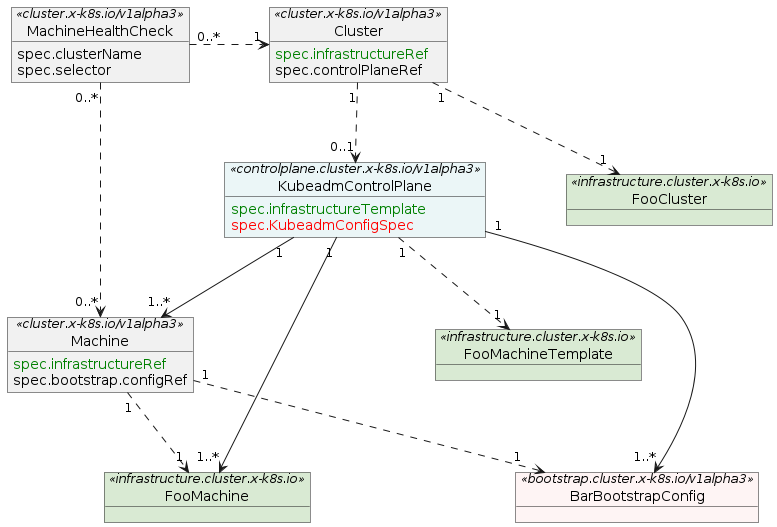
Earlier version of the PlantUML export docs/book/src/images/kubeadm-control-plane-machines-resources.png (kubernetes-sigs/cluster-api). Its diagram source:
```plantuml
@startuml kubeadm-control-plane-machines-resources

skinparam nodesep 80
skinparam ranksep 80
skinparam object {
    backgroundColor<< infrastructure.cluster.x-k8s.io >> #D9EAD3
    backgroundColor<< controlplane.cluster.x-k8s.io/v1alpha3 >> #EBF6F7
    backgroundColor<< bootstrap.cluster.x-k8s.io/v1alpha3 >> #FEF4F4
}

object Cluster << cluster.x-k8s.io/v1alpha3 >> {
    <font color="Green">spec.infrastructureRef</font>
    spec.controlPlaneRef
}
object MachineHealthCheck << cluster.x-k8s.io/v1alpha3 >> {
    spec.clusterName
    spec.selector
}
object Machine << cluster.x-k8s.io/v1alpha3 >> {
    <font color="Green">spec.infrastructureRef</font>
    spec.bootstrap.configRef
}

object KubeadmControlPlane << controlplane.cluster.x-k8s.io/v1alpha3 >> {
    <font color="Green">spec.infrastructureTemplate</font>
    <font color="Red">spec.KubeadmConfigSpec</font>
}

object BarBootstrapConfig << bootstrap.cluster.x-k8s.io/v1alpha3 >>

object FooCluster << infrastructure.cluster.x-k8s.io >>
object FooMachineTemplate << infrastructure.cluster.x-k8s.io >>
object FooMachine << infrastructure.cluster.x-k8s.io >>


MachineHealthCheck "0..*" .right.>  "1" Cluster
MachineHealthCheck "0..*" ..> "0..*" Machine
Cluster "1" ..> "0..1" KubeadmControlPlane
Cluster "1" ..> "1" FooCluster
KubeadmControlPlane "1" ..> "1" FooMachineTemplate
KubeadmControlPlane "1" --> "1..*" Machine
KubeadmControlPlane "1" --> "1..*" BarBootstrapConfig
KubeadmControlPlane "1" --> "1..*" FooMachine
Machine "1" ..> "1" BarBootstrapConfig
Machine "1" ..> "1" FooMachine

@endurl
```
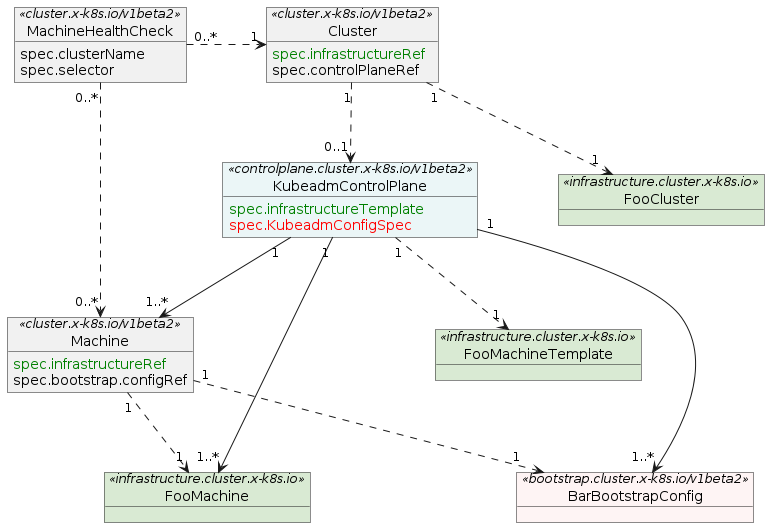
After the change.

What changed in the source:
```diff
@@ -4,29 +4,29 @@
 skinparam ranksep 80
 skinparam object {
     backgroundColor<< infrastructure.cluster.x-k8s.io >> #D9EAD3
-    backgroundColor<< controlplane.cluster.x-k8s.io/v1alpha3 >> #EBF6F7
-    backgroundColor<< bootstrap.cluster.x-k8s.io/v1alpha3 >> #FEF4F4
+    backgroundColor<< controlplane.cluster.x-k8s.io/v1beta2 >> #EBF6F7
+    backgroundColor<< bootstrap.cluster.x-k8s.io/v1beta2 >> #FEF4F4
 }
 
-object Cluster << cluster.x-k8s.io/v1alpha3 >> {
+object Cluster << cluster.x-k8s.io/v1beta2 >> {
     <font color="Green">spec.infrastructureRef</font>
     spec.controlPlaneRef
 }
-object MachineHealthCheck << cluster.x-k8s.io/v1alpha3 >> {
+object MachineHealthCheck << cluster.x-k8s.io/v1beta2 >> {
     spec.clusterName
     spec.selector
 }
-object Machine << cluster.x-k8s.io/v1alpha3 >> {
+object Machine << cluster.x-k8s.io/v1beta2 >> {
     <font color="Green">spec.infrastructureRef</font>
     spec.bootstrap.configRef
 }
 
-object KubeadmControlPlane << controlplane.cluster.x-k8s.io/v1alpha3 >> {
+object KubeadmControlPlane << controlplane.cluster.x-k8s.io/v1beta2 >> {
     <font color="Green">spec.infrastructureTemplate</font>
     <font color="Red">spec.KubeadmConfigSpec</font>
 }
 
-object BarBootstrapConfig << bootstrap.cluster.x-k8s.io/v1alpha3 >>
+object BarBootstrapConfig << bootstrap.cluster.x-k8s.io/v1beta2 >>
 
 object FooCluster << infrastructure.cluster.x-k8s.io >>
 object FooMachineTemplate << infrastructure.cluster.x-k8s.io >>
```
